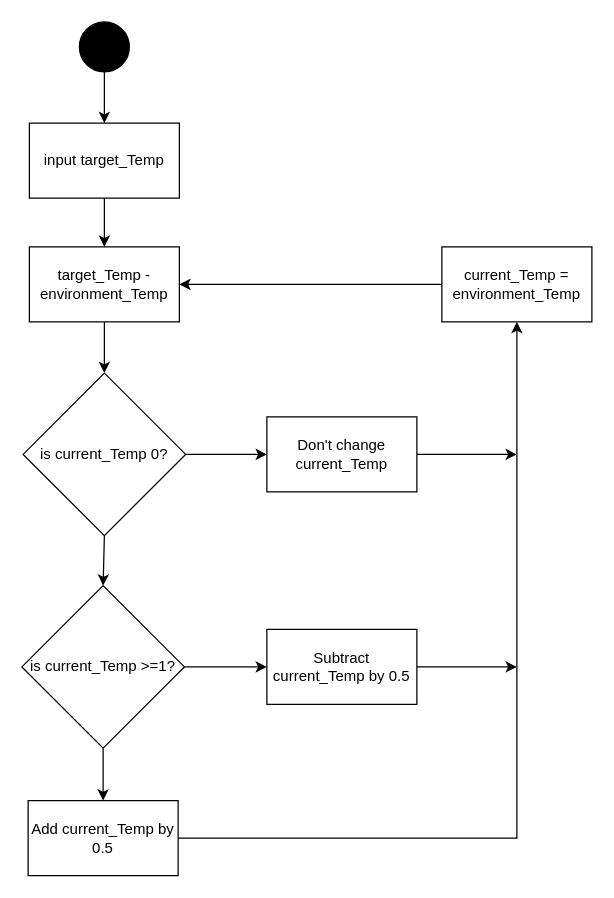
MonaJea-Ng/Projects keeps this draw.io diagram as Thermal Control.drawio. Above is the earlier version. Source tidied: cells renumbered, new cells numbered last; positions are measured from the earlier drawing's top-left corner, leaving out a move shared by most shapes. Both pictures are drawn from the tidied source at 125%, with x=0, y=0 at pixel (21, 21).
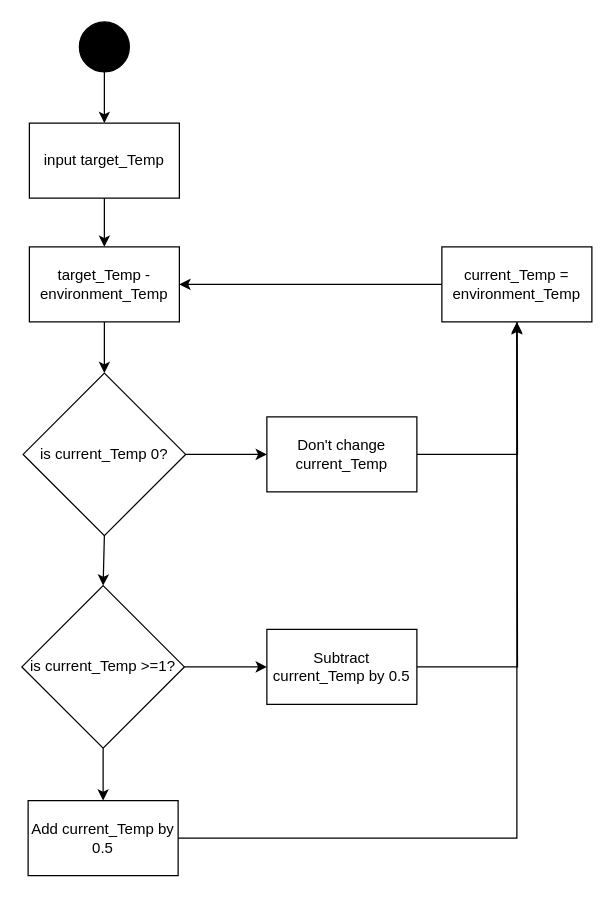
Above is the later version.

Unchanged cells that the change refers to:
```xml
<mxCell id="7" value="Don't change current_Temp" style="rounded=0;whiteSpace=wrap;html=1;" parent="1" vertex="1">
  <mxGeometry x="196" y="316" width="120" height="60" as="geometry" />
</mxCell>
<mxCell id="9" value="Subtract current_Temp by 0.5" style="rounded=0;whiteSpace=wrap;html=1;" parent="1" vertex="1">
  <mxGeometry x="196" y="486" width="120" height="60" as="geometry" />
</mxCell>
<mxCell id="12" value="Add current_Temp by 0.5" style="rounded=0;whiteSpace=wrap;html=1;" parent="1" vertex="1">
  <mxGeometry x="5" y="623" width="120" height="60" as="geometry" />
</mxCell>
<mxCell id="13" value="current_Temp = environment_Temp" style="rounded=0;whiteSpace=wrap;html=1;" parent="1" vertex="1">
  <mxGeometry x="336" y="180" width="120" height="60" as="geometry" />
</mxCell>
```

Change to the diagram source:
```diff
@@
-    <mxCell id="6" style="edgeStyle=orthogonalEdgeStyle;rounded=0;jettySize=auto;html=1;exitX=1;exitY=0.5;exitDx=0;exitDy=0;" parent="1" edge="1" source="7">
-      <mxGeometry relative="1" as="geometry">
-        <mxPoint x="396" y="346" as="targetPoint" />
-      </mxGeometry>
-    </mxCell>
+    <mxCell id="22" style="edgeStyle=orthogonalEdgeStyle;rounded=0;jettySize=auto;html=1;exitX=1;exitY=0.5;exitDx=0;exitDy=0;" parent="1" edge="1" source="7">
+      <mxGeometry relative="1" as="geometry">
+        <mxPoint x="396" y="231" as="targetPoint" />
+      </mxGeometry>
+    </mxCell>
@@
-    <mxCell id="8" style="edgeStyle=orthogonalEdgeStyle;rounded=0;jettySize=auto;html=1;exitX=1;exitY=0.5;exitDx=0;exitDy=0;" parent="1" edge="1" source="9">
-      <mxGeometry relative="1" as="geometry">
-        <mxPoint x="396" y="516" as="targetPoint" />
-      </mxGeometry>
-    </mxCell>
+    <mxCell id="23" style="edgeStyle=orthogonalEdgeStyle;rounded=0;jettySize=auto;html=1;exitX=1;exitY=0.5;exitDx=0;exitDy=0;" parent="1" edge="1" source="9">
+      <mxGeometry relative="1" as="geometry">
+        <mxPoint x="396" y="241" as="targetPoint" />
+      </mxGeometry>
+    </mxCell>
@@
     <mxCell id="11" style="edgeStyle=orthogonalEdgeStyle;rounded=0;jettySize=auto;html=1;exitX=1;exitY=0.5;exitDx=0;exitDy=0;entryX=0.5;entryY=1;entryDx=0;entryDy=0;" parent="1" edge="1" source="12" target="13">
-      <mxGeometry relative="1" as="geometry" />
+      <mxGeometry relative="1" as="geometry">
+        <Array as="points">
+          <mxPoint x="396" y="653" />
+        </Array>
+      </mxGeometry>
     </mxCell>
```
